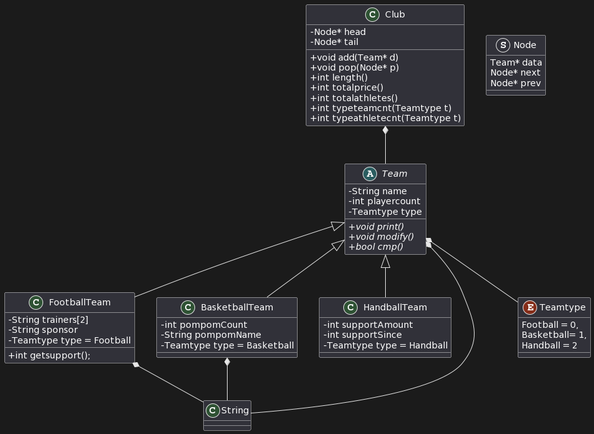
This is Docs/uml.png from LeventeTarsoly/NHF2_Sportegyesulet, a PlantUML export, as it was before one commit. Its diagram source:
```plantuml
@startuml
skinparam classAttributeIconSize 0
Team <|-- FootballTeam
Team <|-- BasketballTeam
Team <|-- HandballTeam
Club *-- Team
Team *-- String
Team *-- Teamtype
FootballTeam *-- String
BasketballTeam *-- String

enum Teamtype{
Football = 0,
Basketball= 1,
Handball = 2
}

abstract class Team{
 -String name
 -int playercount
 -Teamtype type
 +{abstract} void print()
 +{abstract} void modify()
 +{abstract} bool cmp()
}

class FootballTeam{
    -String trainers[2]
    -String sponsor
    -Teamtype type = Football
    +int getsupport();
}

class HandballTeam{
    -int supportAmount
    -int supportSince
    -Teamtype type = Handball
}

class BasketballTeam{
    -int pompomCount
    -String pompomName
    -Teamtype type = Basketball
}

struct Node {
    Team* data
    Node* next
    Node* prev
}

class Club {
    -Node* head
    -Node* tail
    +void add(Team* d)
    +void pop(Node* p)
    +int length()
    +int totalprice()
    +int totalathletes()
    +int typeteamcnt(Teamtype t)
    +int typeathletecnt(Teamtype t)
}
@enduml
```
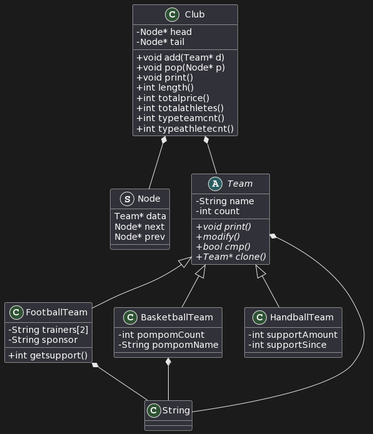
The same diagram one commit later.

What changed in the source:
```diff
@@ -1,63 +1,57 @@
 @startuml
 skinparam classAttributeIconSize 0
-Team <|-- FootballTeam
-Team <|-- BasketballTeam
-Team <|-- HandballTeam
-Club *-- Team
-Team *-- String
-Team *-- Teamtype
-FootballTeam *-- String
-BasketballTeam *-- String
 
-enum Teamtype{
-Football = 0,
-Basketball= 1,
-Handball = 2
+struct Node{
+Team* data
+Node* next
+Node* prev
 }
 
-abstract class Team{
- -String name
- -int playercount
- -Teamtype type
- +{abstract} void print()
- +{abstract} void modify()
- +{abstract} bool cmp()
+
+abstract class Team {
+-String name
+-int count
++{abstract} void print()
++{abstract} modify()
++{abstract} bool cmp()
++{abstract} Team* clone()
+}
+
+class Club{
+-Node* head
+-Node* tail
++void add(Team* d)
++void pop(Node* p)
++void print()
++int length()
++int totalprice()
++int totalathletes()
++int typeteamcnt()
++int typeathletecnt()
 }
 
 class FootballTeam{
-    -String trainers[2]
-    -String sponsor
-    -Teamtype type = Football
-    +int getsupport();
+-String trainers[2]
+-String sponsor
++int getsupport()
+}
+
+class BasketballTeam{
+-int pompomCount
+-String pompomName
 }
 
 class HandballTeam{
-    -int supportAmount
-    -int supportSince
-    -Teamtype type = Handball
+-int supportAmount
+-int supportSince
 }
 
-class BasketballTeam{
-    -int pompomCount
-    -String pompomName
-    -Teamtype type = Basketball
-}
-
-struct Node {
-    Team* data
-    Node* next
-    Node* prev
-}
-
-class Club {
-    -Node* head
-    -Node* tail
-    +void add(Team* d)
-    +void pop(Node* p)
-    +int length()
-    +int totalprice()
-    +int totalathletes()
-    +int typeteamcnt(Teamtype t)
-    +int typeathletecnt(Teamtype t)
-}
+Club *-- Team
+Club *-- Node
+Team <|-- FootballTeam
+Team <|-- BasketballTeam
+Team <|--HandballTeam
+FootballTeam *-- String
+BasketballTeam *-- String
+Team *-- String
 @enduml
```
